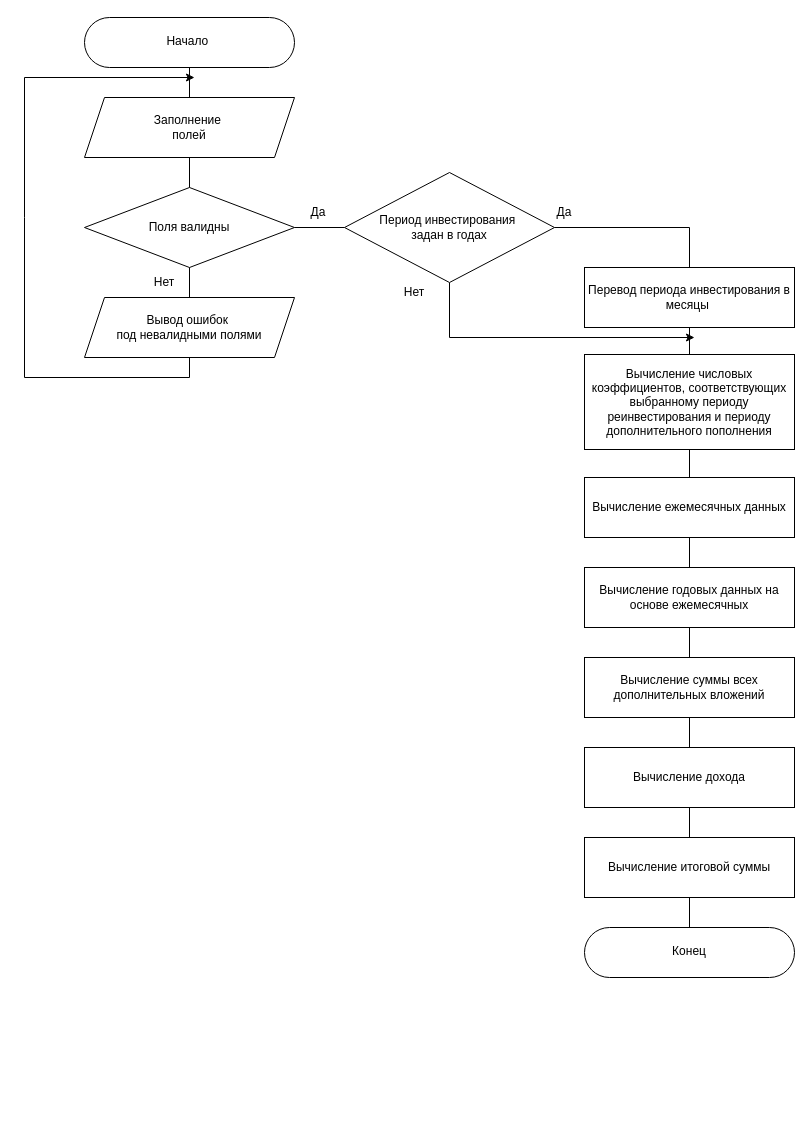
EgorSasim/diary-finances-tracker-app keeps this draw.io diagram as reports/Diagrams/alogorythms/compoundInterest/compoundInterest.drawio. Above is the earlier version. Source tidied: cells renumbered, new cells numbered last; positions are measured from the earlier drawing's top-left corner, leaving out a move shared by most shapes. Both pictures are drawn from the tidied source at 100%, with x=0, y=0 at pixel (24, 17).
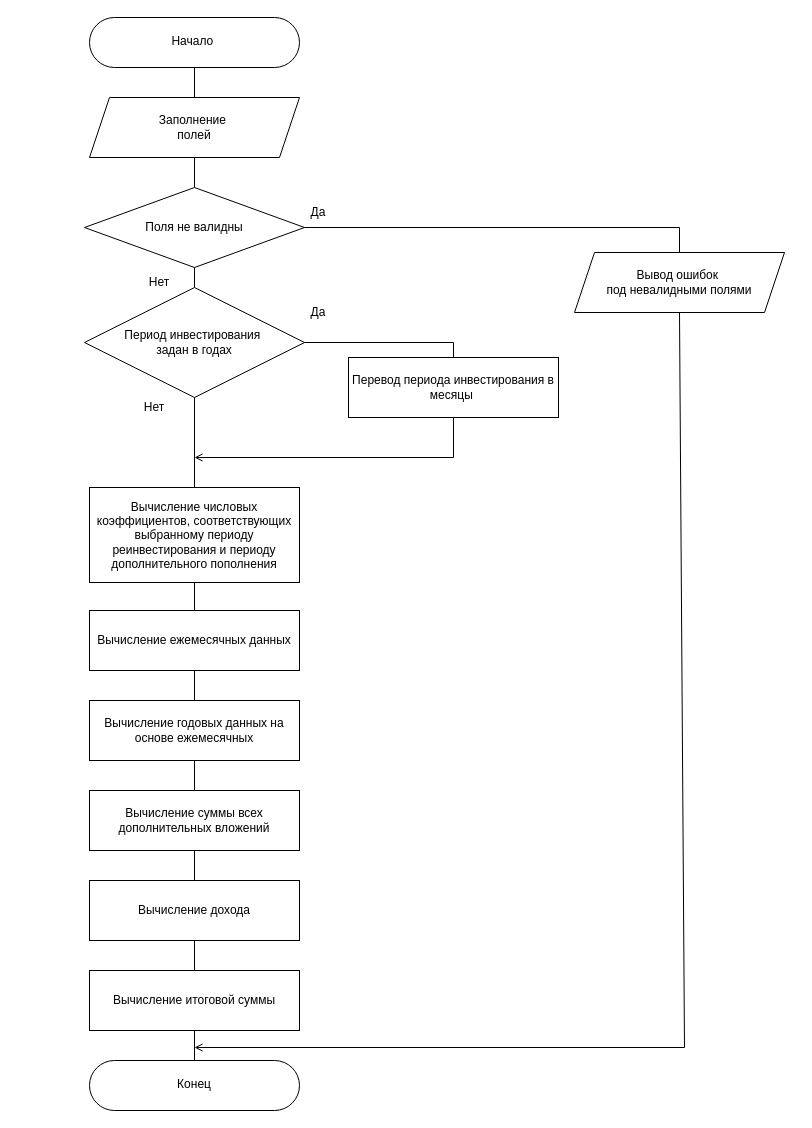
The same diagram, later.

The edit, as a diff of the source:
```diff
@@
     <mxCell id="2" value="Заполнение&amp;nbsp;&lt;div&gt;полей&lt;/div&gt;" style="shape=parallelogram;perimeter=parallelogramPerimeter;whiteSpace=wrap;html=1;fixedSize=1;" parent="1" vertex="1">
-      <mxGeometry x="60" y="80" width="210" height="60" as="geometry" />
+      <mxGeometry x="65" y="80" width="210" height="60" as="geometry" />
     </mxCell>
-    <mxCell id="3" value="Поля валидны" style="rhombus;whiteSpace=wrap;html=1;" parent="1" vertex="1">
-      <mxGeometry x="60" y="170" width="210" height="80" as="geometry" />
+    <mxCell id="3" value="Поля не валидны" style="rhombus;whiteSpace=wrap;html=1;" parent="1" vertex="1">
+      <mxGeometry x="60" y="170" width="220" height="80" as="geometry" />
     </mxCell>
@@
-    <mxCell id="6" style="endArrow=none;html=1;rounded=0;exitX=0.5;exitY=1;exitDx=0;exitDy=0;entryX=0.5;entryY=0;entryDx=0;entryDy=0;" parent="1" edge="1" source="3" target="18">
+    <mxCell id="6" style="endArrow=none;html=1;rounded=0;exitX=0.5;exitY=1;exitDx=0;exitDy=0;entryX=0.5;entryY=0;entryDx=0;entryDy=0;" parent="1" edge="1" source="3" target="11">
       <mxGeometry relative="1" as="geometry" />
     </mxCell>
     <mxCell id="7" value="Нет" style="text;html=1;align=center;verticalAlign=middle;whiteSpace=wrap;rounded=0;" parent="1" vertex="1">
-      <mxGeometry x="110" y="250" width="60" height="30" as="geometry" />
+      <mxGeometry x="110" y="250" width="50" height="30" as="geometry" />
     </mxCell>
-    <mxCell id="8" style="endArrow=classic;html=1;rounded=0;exitX=0.5;exitY=1;exitDx=0;exitDy=0;" parent="1" edge="1" source="18">
-      <mxGeometry relative="1" as="geometry">
-        <mxPoint x="170" y="60" as="targetPoint" />
-        <Array as="points">
-          <mxPoint x="165" y="360" />
-          <mxPoint y="360" />
-          <mxPoint y="200" />
-          <mxPoint y="60" />
-        </Array>
-      </mxGeometry>
-    </mxCell>
@@
-    <mxCell id="10" style="edgeStyle=orthogonalEdgeStyle;rounded=0;jettySize=auto;html=1;exitX=0.5;exitY=1;exitDx=0;exitDy=0;" parent="1" edge="1" source="11">
-      <mxGeometry relative="1" as="geometry">
-        <mxPoint x="670" y="320" as="targetPoint" />
-        <Array as="points">
-          <mxPoint x="425" y="320" />
-        </Array>
-      </mxGeometry>
-    </mxCell>
     <mxCell id="11" value="Период инвестирования&amp;nbsp;&lt;div&gt;задан в годах&lt;/div&gt;" style="rhombus;whiteSpace=wrap;html=1;" parent="1" vertex="1">
-      <mxGeometry x="320" y="155" width="210" height="110" as="geometry" />
+      <mxGeometry x="60" y="270" width="220" height="110" as="geometry" />
     </mxCell>
     <mxCell id="12" value="Перевод периода инвестирования в месяцы&amp;nbsp;" style="rounded=0;whiteSpace=wrap;html=1;" parent="1" vertex="1">
-      <mxGeometry x="560" y="250" width="210" height="60" as="geometry" />
+      <mxGeometry x="324" y="340" width="210" height="60" as="geometry" />
     </mxCell>
     <mxCell id="13" value="Нет" style="text;html=1;align=center;verticalAlign=middle;whiteSpace=wrap;rounded=0;" parent="1" vertex="1">
-      <mxGeometry x="360" y="260" width="60" height="30" as="geometry" />
+      <mxGeometry x="100" y="375" width="60" height="30" as="geometry" />
     </mxCell>
     <mxCell id="14" value="Да" style="text;html=1;align=center;verticalAlign=middle;whiteSpace=wrap;rounded=0;" parent="1" vertex="1">
-      <mxGeometry x="510" y="180" width="60" height="30" as="geometry" />
+      <mxGeometry x="264" y="280" width="60" height="30" as="geometry" />
     </mxCell>
     <mxCell id="15" value="Вычисление числовых коэффициентов, соответствующих выбранному периоду реинвестирования и периоду дополнительного пополнения" style="rounded=0;whiteSpace=wrap;html=1;" parent="1" vertex="1">
-      <mxGeometry x="560" y="337" width="210" height="95" as="geometry" />
+      <mxGeometry x="65" y="470" width="210" height="95" as="geometry" />
     </mxCell>
     <mxCell id="16" value="Вычисление ежемесячных данных" style="rounded=0;whiteSpace=wrap;html=1;" parent="1" vertex="1">
-      <mxGeometry x="560" y="460" width="210" height="60" as="geometry" />
+      <mxGeometry x="65" y="593" width="210" height="60" as="geometry" />
     </mxCell>
-    <mxCell id="17" style="endArrow=none;html=1;rounded=0;exitX=0.5;exitY=0;exitDx=0;exitDy=0;entryX=0.5;entryY=1;entryDx=0;entryDy=0;" parent="1" edge="1" source="15" target="12">
-      <mxGeometry relative="1" as="geometry" />
-    </mxCell>
     <mxCell id="18" value="Вывод ошибок&amp;nbsp;&lt;div&gt;под невалидными полями&lt;/div&gt;" style="shape=parallelogram;perimeter=parallelogramPerimeter;whiteSpace=wrap;html=1;fixedSize=1;" parent="1" vertex="1">
-      <mxGeometry x="60" y="280" width="210" height="60" as="geometry" />
+      <mxGeometry x="550" y="235" width="210" height="60" as="geometry" />
     </mxCell>
@@
     <mxCell id="20" value="Вычисление годовых данных на основе ежемесячных" style="rounded=0;whiteSpace=wrap;html=1;" parent="1" vertex="1">
-      <mxGeometry x="560" y="550" width="210" height="60" as="geometry" />
+      <mxGeometry x="65" y="683" width="210" height="60" as="geometry" />
     </mxCell>
@@
     <mxCell id="22" value="Вычисление суммы всех дополнительных вложений" style="rounded=0;whiteSpace=wrap;html=1;" parent="1" vertex="1">
-      <mxGeometry x="560" y="640" width="210" height="60" as="geometry" />
+      <mxGeometry x="65" y="773" width="210" height="60" as="geometry" />
     </mxCell>
@@
     <mxCell id="24" value="Вычисление дохода" style="rounded=0;whiteSpace=wrap;html=1;" parent="1" vertex="1">
-      <mxGeometry x="560" y="730" width="210" height="60" as="geometry" />
+      <mxGeometry x="65" y="863" width="210" height="60" as="geometry" />
     </mxCell>
@@
     <mxCell id="26" value="Вычисление итоговой суммы" style="rounded=0;whiteSpace=wrap;html=1;" parent="1" vertex="1">
-      <mxGeometry x="560" y="820" width="210" height="60" as="geometry" />
+      <mxGeometry x="65" y="953" width="210" height="60" as="geometry" />
     </mxCell>
@@
     <mxCell id="29" value="&lt;div style=&quot;&quot;&gt;&lt;span style=&quot;background-color: initial;&quot;&gt;&amp;nbsp; &amp;nbsp; &amp;nbsp; &amp;nbsp; &amp;nbsp;Конец&lt;/span&gt;&lt;/div&gt;" style="html=1;align=center;verticalAlign=top;rounded=1;absoluteArcSize=1;arcSize=50;dashed=0;spacingTop=10;spacingRight=30;whiteSpace=wrap;" parent="1" vertex="1">
-      <mxGeometry x="560" y="910" width="210" height="50" as="geometry" />
+      <mxGeometry x="65" y="1043" width="210" height="50" as="geometry" />
     </mxCell>
     <mxCell id="30" value="&lt;div style=&quot;&quot;&gt;&amp;nbsp; &amp;nbsp; &amp;nbsp; &amp;nbsp; Начало&lt;/div&gt;" style="html=1;align=center;verticalAlign=top;rounded=1;absoluteArcSize=1;arcSize=50;dashed=0;spacingTop=10;spacingRight=30;whiteSpace=wrap;" parent="1" vertex="1">
-      <mxGeometry x="60" width="210" height="50" as="geometry" />
+      <mxGeometry x="65" width="210" height="50" as="geometry" />
     </mxCell>
-    <mxCell id="31" style="endArrow=none;html=1;rounded=0;exitX=0;exitY=0.5;exitDx=0;exitDy=0;entryX=1;entryY=0.5;entryDx=0;entryDy=0;" parent="1" edge="1" source="11" target="3">
-      <mxGeometry relative="1" as="geometry" />
+    <mxCell id="31" style="endArrow=none;html=1;rounded=0;entryX=1;entryY=0.5;entryDx=0;entryDy=0;exitX=0.5;exitY=0;exitDx=0;exitDy=0;" parent="1" edge="1" source="18" target="3">
+      <mxGeometry relative="1" as="geometry">
+        <Array as="points">
+          <mxPoint x="655" y="210" />
+        </Array>
+      </mxGeometry>
     </mxCell>
-    <mxCell id="32" style="endArrow=none;html=1;rounded=0;exitX=0.5;exitY=0;exitDx=0;exitDy=0;entryX=1;entryY=0.5;entryDx=0;entryDy=0;" parent="1" edge="1" source="12" target="11">
-      <mxGeometry relative="1" as="geometry">
-        <Array as="points">
-          <mxPoint x="665" y="210" />
-        </Array>
-      </mxGeometry>
-    </mxCell>
+    <mxCell id="33" style="endArrow=none;html=1;rounded=0;exitX=1;exitY=0.5;exitDx=0;exitDy=0;entryX=0.5;entryY=0;entryDx=0;entryDy=0;" parent="1" edge="1" source="11" target="12">
+      <mxGeometry relative="1" as="geometry">
+        <Array as="points">
+          <mxPoint x="429" y="325" />
+        </Array>
+      </mxGeometry>
+    </mxCell>
+    <mxCell id="34" style="endArrow=none;html=1;rounded=0;entryX=0.5;entryY=1;entryDx=0;entryDy=0;exitX=0.5;exitY=0;exitDx=0;exitDy=0;" parent="1" edge="1" source="15" target="11">
+      <mxGeometry relative="1" as="geometry" />
+    </mxCell>
+    <mxCell id="35" style="endArrow=open;html=1;rounded=0;exitX=0.5;exitY=1;exitDx=0;exitDy=0;endFill=0;" parent="1" edge="1" source="12">
+      <mxGeometry relative="1" as="geometry">
+        <mxPoint x="170" y="440" as="targetPoint" />
+        <Array as="points">
+          <mxPoint x="429" y="440" />
+        </Array>
+      </mxGeometry>
+    </mxCell>
+    <mxCell id="36" style="endArrow=open;html=1;rounded=0;exitX=0.5;exitY=1;exitDx=0;exitDy=0;endFill=0;" parent="1" edge="1" source="18">
+      <mxGeometry relative="1" as="geometry">
+        <mxPoint x="170" y="1030" as="targetPoint" />
+        <Array as="points">
+          <mxPoint x="660" y="1030" />
+        </Array>
+      </mxGeometry>
+    </mxCell>
```
